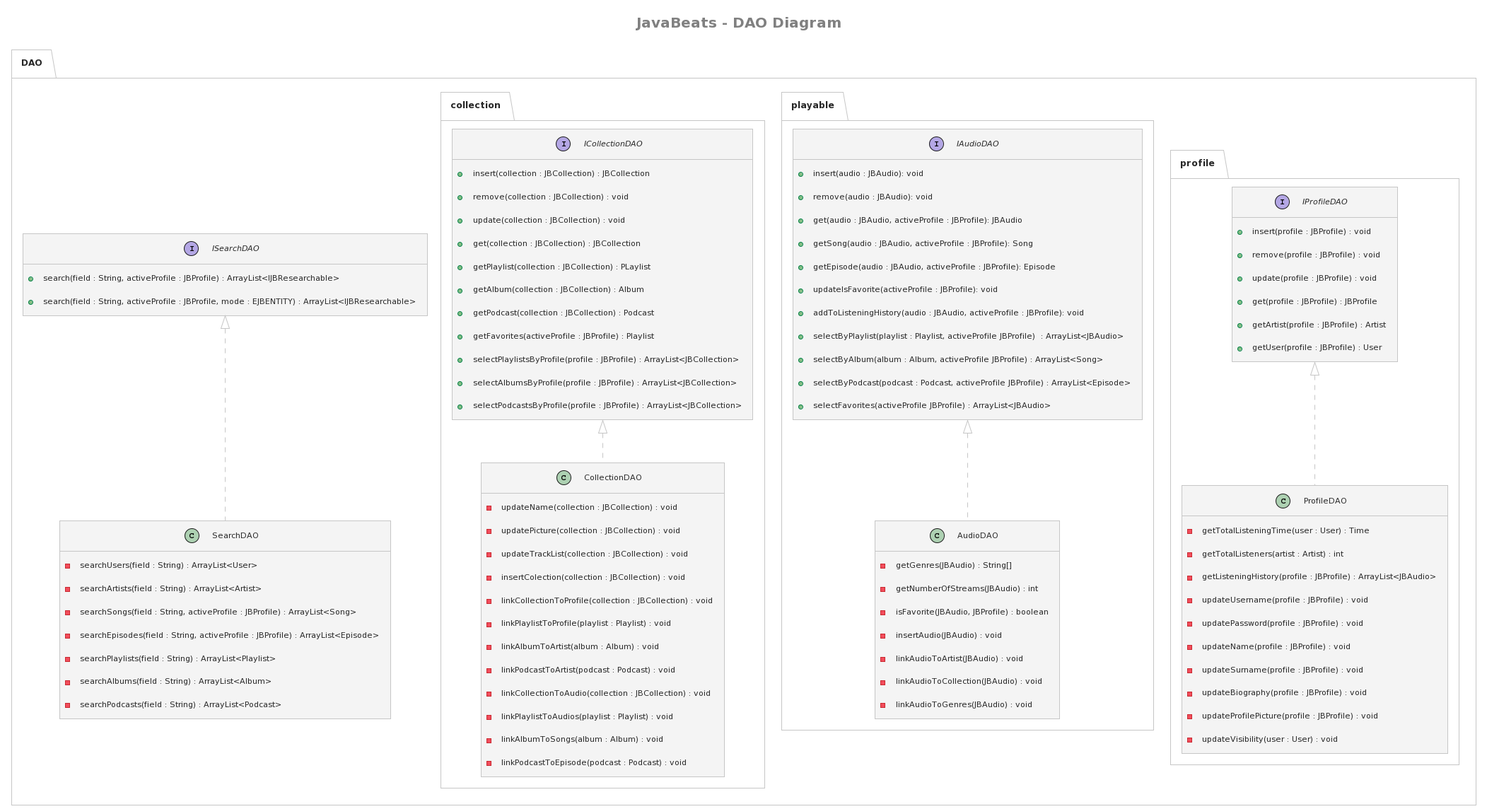
Above: doc/DAO/DAO_UML.png in IngSW-unipv/Progetto-B24 (PlantUML), before the change.
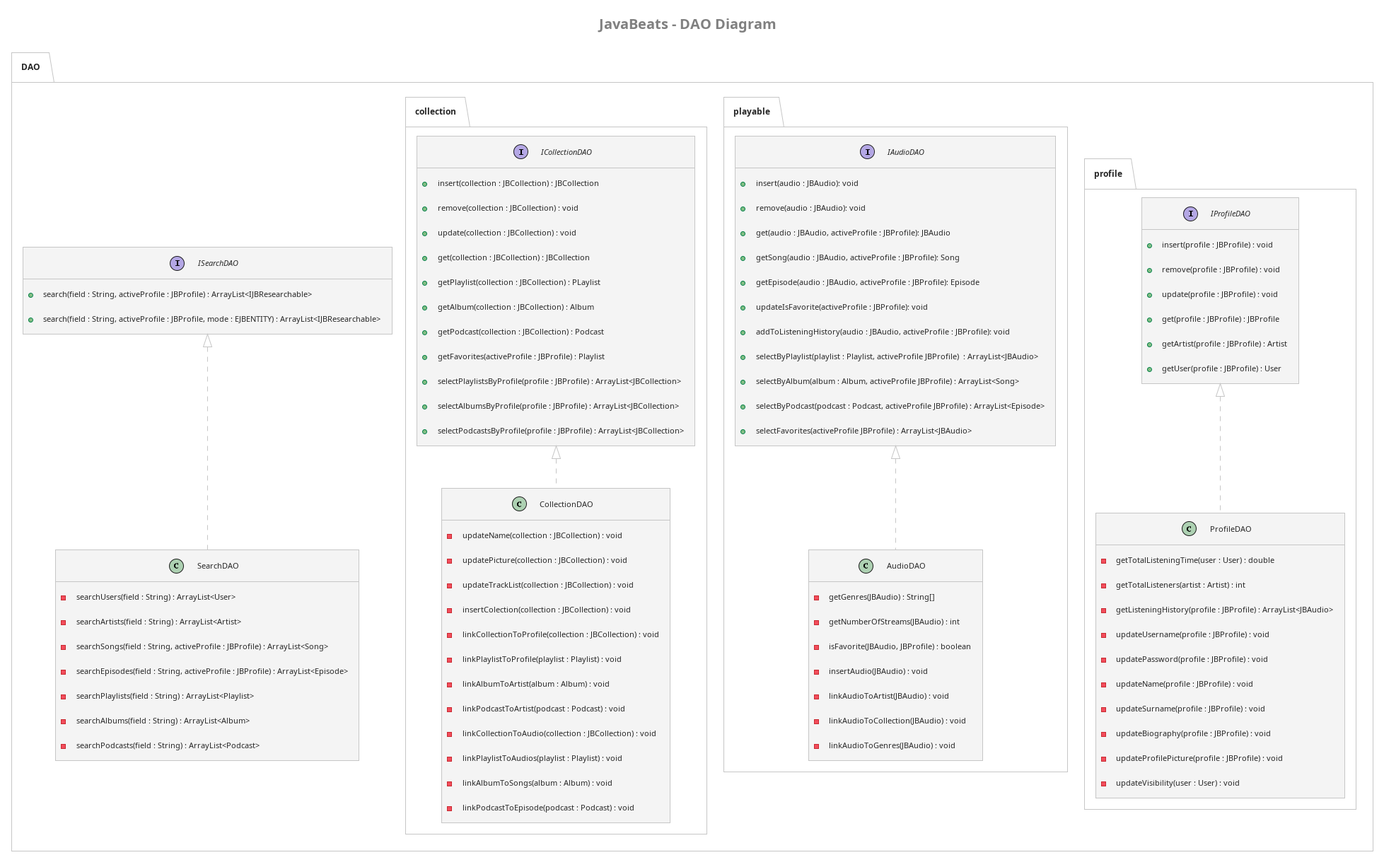
Above is the later version.

The edit, as a diff of the source:
```diff
@@ -36,7 +36,7 @@
         }
         class ProfileDAO implements IProfileDAO{
             !if (showPrivateMethods)
-                - getTotalListeningTime(user : User) : Time
+                - getTotalListeningTime(user : User) : double
                 - getTotalListeners(artist : Artist) : int
                 - getListeningHistory(profile : JBProfile) : ArrayList<JBAudio>
                 - updateUsername(profile : JBProfile) : void
@@ -119,4 +119,5 @@
 
 hide empty fields
 hide empty methods
+
 @enduml
```
